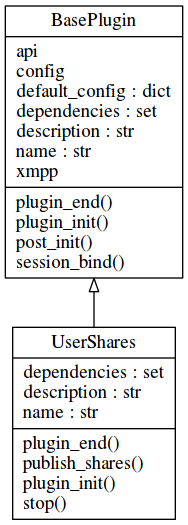
The Graphviz diagram docs/05_implementierung/resources/classes_usershares.png in puhoy/ba_thesis, before a commit. Its source is kept beside it as docs/05_implementierung/resources/classes_usershares.dot. Source of this version:
```dot
digraph "classes_shares" {
charset="utf-8"
rankdir=BT
"1" [label="{BasePlugin|api\lconfig\ldefault_config : dict\ldependencies : set\ldescription : str\lname : str\lxmpp\l|plugin_end()\lplugin_init()\lpost_init()\lsession_bind()\l}", shape="record"];
"5" [label="{UserShares|dependencies : set\ldescription : str\lname : str\l|plugin_end()\lpublish_shares()\lplugin_init()\lstop()\l}", shape="record"];
"5" -> "1" [arrowhead="empty", arrowtail="none"];
}
```
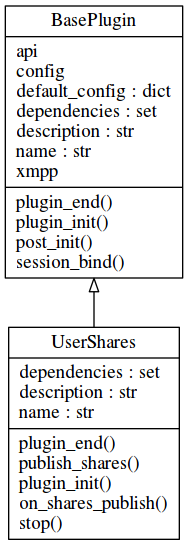
Later version of the same file.

Commit message:
plugin erklärt

The edit, as a diff of the source:
```diff
@@ -2,6 +2,6 @@
 charset="utf-8"
 rankdir=BT
 "1" [label="{BasePlugin|api\lconfig\ldefault_config : dict\ldependencies : set\ldescription : str\lname : str\lxmpp\l|plugin_end()\lplugin_init()\lpost_init()\lsession_bind()\l}", shape="record"];
-"5" [label="{UserShares|dependencies : set\ldescription : str\lname : str\l|plugin_end()\lpublish_shares()\lplugin_init()\lstop()\l}", shape="record"];
+"5" [label="{UserShares|dependencies : set\ldescription : str\lname : str\l|plugin_end()\lpublish_shares()\lplugin_init()\lon_shares_publish()\lstop()\l}", shape="record"];
 "5" -> "1" [arrowhead="empty", arrowtail="none"];
 }
```
